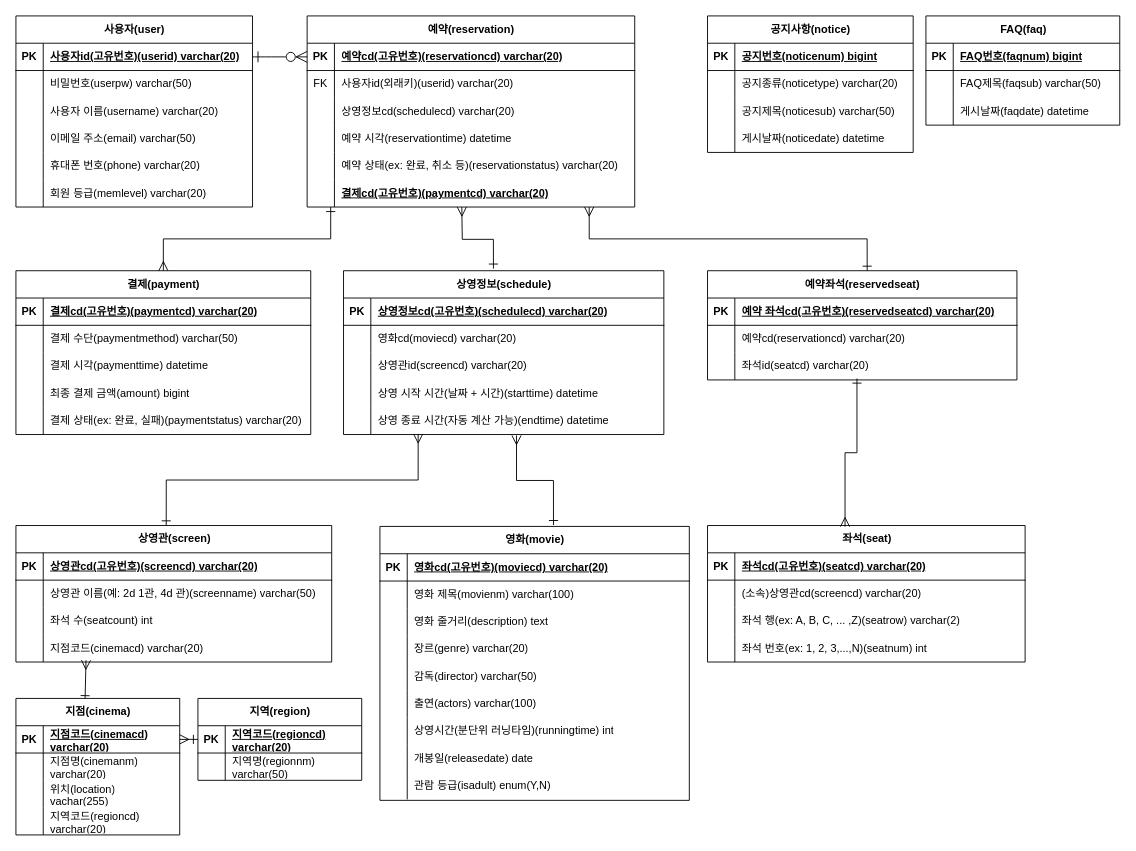
The draw.io diagram thescreendberd.drawio in Leeoc1/projectscr, before the edit. Source tidied: cells renumbered, new cells numbered last; positions are measured from the earlier drawing's top-left corner, leaving out a move shared by most shapes. Both pictures are drawn from the tidied source at 91%, with x=0, y=0 at pixel (15, 15).
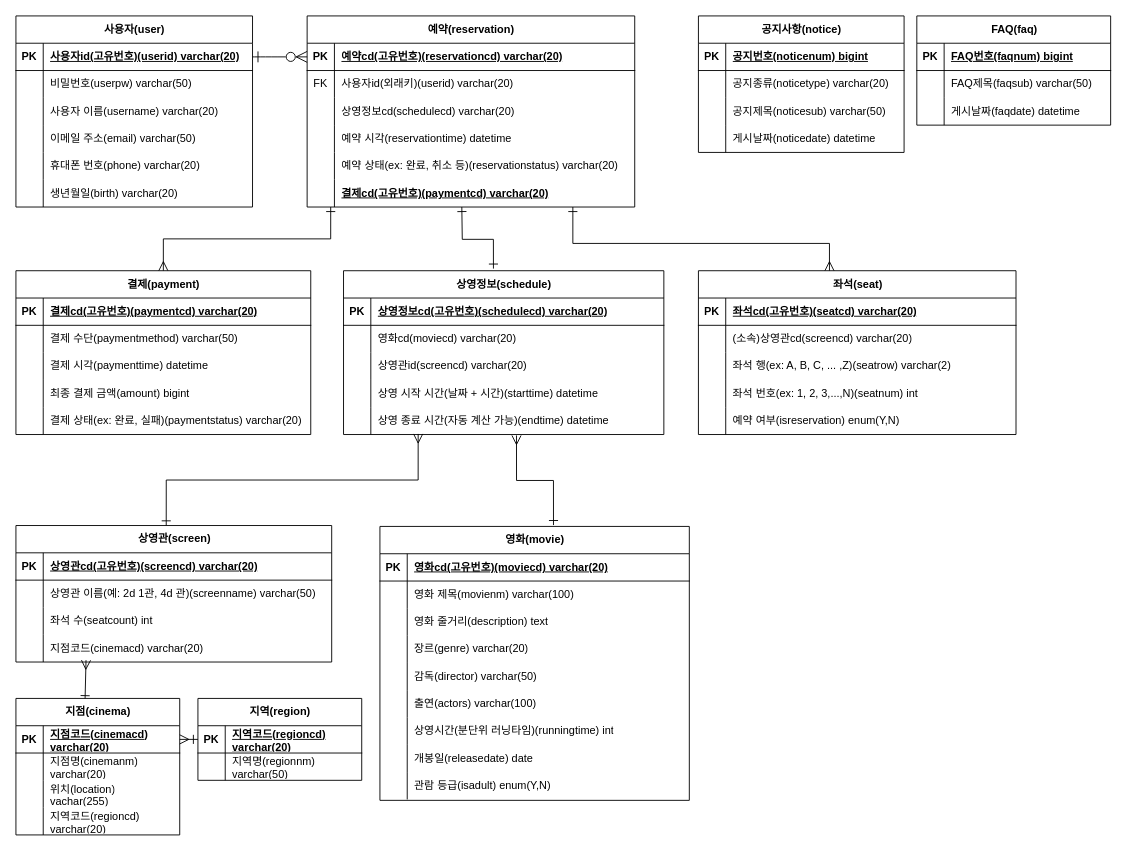
Above is the later version.

The change refers to these unchanged cells:
```xml
<mxCell id="15" value="상영정보(schedule)" style="shape=table;startSize=30;childLayout=tableLayout;rowLines=0;fontStyle=1;align=center;html=1;" parent="1" vertex="1">
  <mxGeometry x="360" y="280" width="352" height="180" as="geometry" />
</mxCell>
<mxCell id="60" style="shape=tableRow;horizontal=0;startSize=0;swimlaneHead=0;swimlaneBody=0;fillColor=none;points=[[0,0.5],[1,0.5]];portConstraint=eastwest;top=0;left=0;right=0;bottom=0;" parent="44" vertex="1">
  <mxGeometry y="180" width="360" height="30" as="geometry" />
</mxCell>
<mxCell id="89" style="shape=tableRow;horizontal=0;startSize=0;swimlaneHead=0;swimlaneBody=0;fillColor=none;top=0;left=0;right=0;bottom=0;" parent="73" vertex="1">
  <mxGeometry y="180" width="260" height="30" as="geometry" />
</mxCell>
```

Change to the diagram source:
```diff
@@
     <mxCell id="31" value="좌석(seat)" style="shape=table;startSize=30;childLayout=tableLayout;rowLines=0;fontStyle=1;align=center;html=1;" parent="1" vertex="1">
-      <mxGeometry x="760" y="560" width="349" height="150" as="geometry" />
+      <mxGeometry x="750" y="280" width="349" height="180" as="geometry" />
     </mxCell>
@@
+    <mxCell id="188" style="shape=tableRow;horizontal=0;startSize=0;swimlaneHead=0;swimlaneBody=0;fillColor=none;top=0;left=0;right=0;bottom=0;" parent="31" vertex="1">
+      <mxGeometry y="150" width="349" height="30" as="geometry" />
+    </mxCell>
+    <mxCell id="189" style="shape=partialRectangle;fillColor=none;top=0;left=0;bottom=0;right=0;overflow=hidden;whiteSpace=wrap;html=1;" parent="188" vertex="1">
+      <mxGeometry width="30" height="30" as="geometry" />
+    </mxCell>
+    <mxCell id="190" value="예약 여부(isreservation) enum(Y,N)&amp;nbsp;" style="shape=partialRectangle;fillColor=none;top=0;left=0;bottom=0;right=0;align=left;spacingLeft=6;overflow=hidden;whiteSpace=wrap;html=1;" parent="188" vertex="1">
+      <mxGeometry x="30" width="319" height="30" as="geometry" />
+    </mxCell>
@@
-    <mxCell id="63" value="예약좌석(reservedseat)" style="shape=table;startSize=30;childLayout=tableLayout;rowLines=0;fontStyle=1;align=center;html=1;" parent="1" vertex="1">
-      <mxGeometry x="760" y="280" width="340" height="120" as="geometry" />
-    </mxCell>
-    <mxCell id="64" style="shape=tableRow;horizontal=0;startSize=0;swimlaneHead=0;swimlaneBody=0;fillColor=none;top=0;left=0;right=0;bottom=1;" parent="63" vertex="1">
-      <mxGeometry y="30" width="340" height="30" as="geometry" />
-    </mxCell>
-    <mxCell id="65" value="PK" style="shape=partialRectangle;fillColor=none;top=0;left=0;bottom=0;right=0;fontStyle=1;overflow=hidden;whiteSpace=wrap;html=1;" parent="64" vertex="1">
-      <mxGeometry width="30" height="30" as="geometry" />
-    </mxCell>
-    <mxCell id="66" value="예약 좌석cd(고유번호)(reservedseatcd) varchar(20)" style="shape=partialRectangle;fillColor=none;top=0;left=0;bottom=0;right=0;align=left;spacingLeft=6;fontStyle=5;overflow=hidden;whiteSpace=wrap;html=1;" parent="64" vertex="1">
-      <mxGeometry x="30" width="310" height="30" as="geometry" />
-    </mxCell>
-    <mxCell id="67" style="shape=tableRow;horizontal=0;startSize=0;swimlaneHead=0;swimlaneBody=0;fillColor=none;top=0;left=0;right=0;bottom=0;" parent="63" vertex="1">
-      <mxGeometry y="60" width="340" height="30" as="geometry" />
-    </mxCell>
-    <mxCell id="68" style="shape=partialRectangle;fillColor=none;top=0;left=0;bottom=0;right=0;overflow=hidden;whiteSpace=wrap;html=1;" parent="67" vertex="1">
-      <mxGeometry width="30" height="30" as="geometry" />
-    </mxCell>
-    <mxCell id="69" value="예약cd(reservationcd) varchar(20)" style="shape=partialRectangle;fillColor=none;top=0;left=0;bottom=0;right=0;align=left;spacingLeft=6;overflow=hidden;whiteSpace=wrap;html=1;" parent="67" vertex="1">
-      <mxGeometry x="30" width="310" height="30" as="geometry" />
-    </mxCell>
-    <mxCell id="70" style="shape=tableRow;horizontal=0;startSize=0;swimlaneHead=0;swimlaneBody=0;fillColor=none;points=[[0,0.5],[1,0.5]];portConstraint=eastwest;top=0;left=0;right=0;bottom=0;" parent="63" vertex="1">
-      <mxGeometry y="90" width="340" height="30" as="geometry" />
-    </mxCell>
-    <mxCell id="71" style="shape=partialRectangle;fillColor=none;top=0;left=0;bottom=0;right=0;overflow=hidden;whiteSpace=wrap;html=1;" parent="70" vertex="1">
-      <mxGeometry width="30" height="30" as="geometry" />
-    </mxCell>
-    <mxCell id="72" value="좌석id(seatcd) varchar(20)" style="shape=partialRectangle;fillColor=none;top=0;left=0;bottom=0;right=0;align=left;spacingLeft=6;overflow=hidden;whiteSpace=wrap;html=1;" parent="70" vertex="1">
-      <mxGeometry x="30" width="310" height="30" as="geometry" />
-    </mxCell>
@@
-    <mxCell id="90" style="shape=partialRectangle;fillColor=none;top=0;left=0;bottom=0;right=0;overflow=hidden;whiteSpace=wrap;html=1;" parent="89" vertex="1">
-      <mxGeometry width="30" height="30" as="geometry" />
-    </mxCell>
-    <mxCell id="91" value="회원 등급(memlevel) varchar(20)" style="shape=partialRectangle;fillColor=none;top=0;left=0;bottom=0;right=0;align=left;spacingLeft=6;overflow=hidden;whiteSpace=wrap;html=1;" parent="89" vertex="1">
-      <mxGeometry x="30" width="230" height="30" as="geometry" />
-    </mxCell>
+    <mxCell id="191" style="shape=partialRectangle;fillColor=none;top=0;left=0;bottom=0;right=0;overflow=hidden;whiteSpace=wrap;html=1;" parent="89" vertex="1">
+      <mxGeometry width="30" height="30" as="geometry" />
+    </mxCell>
+    <mxCell id="192" value="생년월일(birth) varchar(20)" style="shape=partialRectangle;fillColor=none;top=0;left=0;bottom=0;right=0;align=left;spacingLeft=6;overflow=hidden;whiteSpace=wrap;html=1;" parent="89" vertex="1">
+      <mxGeometry x="30" width="230" height="30" as="geometry" />
+    </mxCell>
@@
-    <mxCell id="138" style="endArrow=ERone;html=1;rounded=0;fontSize=12;startSize=8;endSize=8;entryX=0.516;entryY=0;entryDx=0;entryDy=0;startArrow=ERmany;startFill=0;endFill=0;entryPerimeter=0;edgeStyle=orthogonalEdgeStyle;exitX=0.861;exitY=1;exitDx=0;exitDy=0;exitPerimeter=0;" parent="1" edge="1" source="60" target="63">
-      <mxGeometry relative="1" as="geometry" />
+    <mxCell id="138" style="endArrow=ERone;html=1;rounded=0;fontSize=12;startSize=8;endSize=8;startArrow=ERmany;startFill=0;endFill=0;edgeStyle=orthogonalEdgeStyle;" parent="1" edge="1" source="31" target="60">
+      <mxGeometry relative="1" as="geometry">
+        <Array as="points">
+          <mxPoint x="894" y="250" />
+          <mxPoint x="612" y="250" />
+        </Array>
+      </mxGeometry>
     </mxCell>
-    <mxCell id="139" style="endArrow=ERone;html=1;rounded=0;fontSize=12;startSize=8;endSize=8;startArrow=ERmany;startFill=0;endFill=0;entryX=0.468;entryY=-0.013;entryDx=0;entryDy=0;entryPerimeter=0;edgeStyle=orthogonalEdgeStyle;" parent="1" edge="1" target="15">
+    <mxCell id="139" style="endArrow=ERone;html=1;rounded=0;fontSize=12;startSize=8;endSize=8;startArrow=ERone;startFill=0;endFill=0;entryX=0.468;entryY=-0.013;entryDx=0;entryDy=0;entryPerimeter=0;edgeStyle=orthogonalEdgeStyle;" parent="1" edge="1" target="15">
       <mxGeometry relative="1" as="geometry">
         <mxPoint x="490" y="210" as="sourcePoint" />
       </mxGeometry>
     </mxCell>
-    <mxCell id="140" style="endArrow=ERmany;html=1;rounded=0;fontSize=12;startSize=8;endSize=8;exitX=0.483;exitY=0.95;exitDx=0;exitDy=0;startArrow=ERone;startFill=0;endFill=0;exitPerimeter=0;elbow=vertical;entryX=0.433;entryY=0.008;entryDx=0;entryDy=0;entryPerimeter=0;edgeStyle=elbowEdgeStyle;" parent="1" edge="1" source="70" target="31">
-      <mxGeometry relative="1" as="geometry" />
-    </mxCell>
@@
     <mxCell id="144" value="공지사항(notice)" style="shape=table;startSize=30;childLayout=tableLayout;rowLines=0;fontStyle=1;align=center;html=1;" parent="1" vertex="1">
-      <mxGeometry x="760" width="226" height="150" as="geometry" />
+      <mxGeometry x="750" width="226" height="150" as="geometry" />
     </mxCell>
@@
     <mxCell id="157" value="FAQ(faq)" style="shape=table;startSize=30;childLayout=tableLayout;rowLines=0;fontStyle=1;align=center;html=1;" parent="1" vertex="1">
-      <mxGeometry x="1000" width="213" height="120" as="geometry" />
+      <mxGeometry x="990" width="213" height="120" as="geometry" />
     </mxCell>
```
